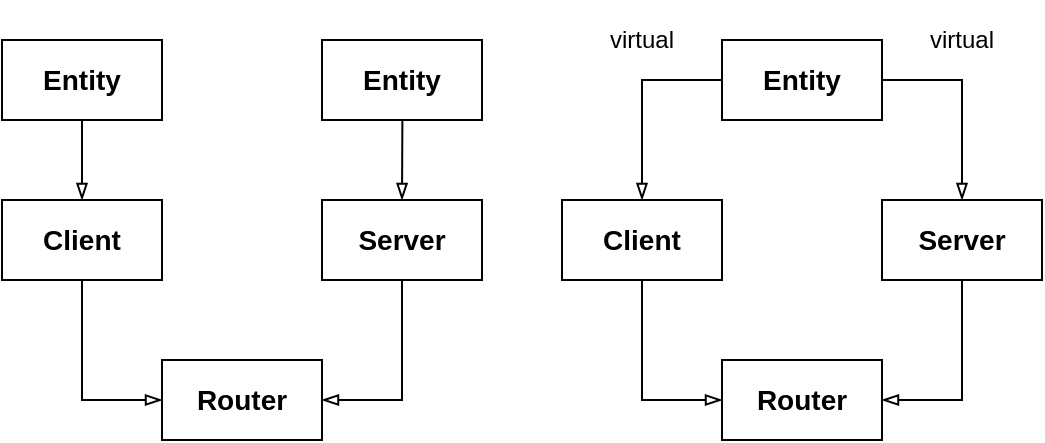
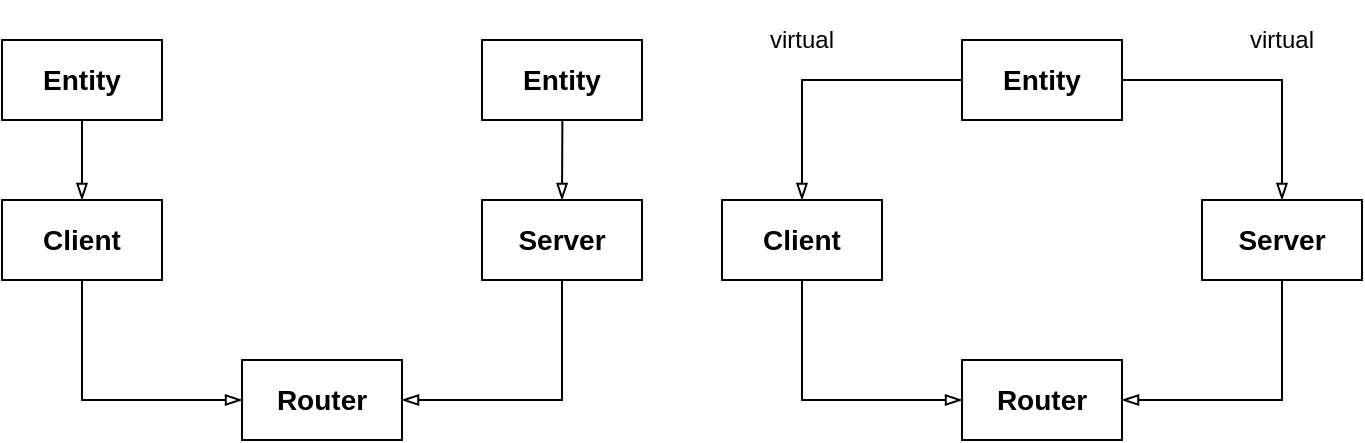
<mxfile host="app.diagrams.net" agent="Mozilla/5.0 (X11; Linux x86_64) AppleWebKit/537.36 (KHTML, like Gecko) Chrome/131.0.0.0 Safari/537.36">
  <diagram name="Страница — 1" id="_aCnPmvRguw5KRzww16j">
-     <mxGraphModel dx="642" dy="378" grid="1" gridSize="10" guides="1" tooltips="1" connect="1" arrows="1" fold="1" page="1" pageScale="1" pageWidth="827" pageHeight="1169" math="0" shadow="0">
+     <mxGraphModel dx="770" dy="453" grid="0" gridSize="10" guides="1" tooltips="1" connect="1" arrows="1" fold="1" page="0" pageScale="1" pageWidth="827" pageHeight="1169" math="0" shadow="0">
      <root>
        <mxCell id="0" />
        <mxCell id="1" parent="0" />
-         <mxCell id="YbrBsDZqiG78RAEyyc2A-6" edge="1" parent="1" style="endArrow=none;html=1;rounded=0;exitX=0.5;exitY=0;exitDx=0;exitDy=0;entryX=0.5;entryY=1;entryDx=0;entryDy=0;endFill=0;startFill=0;startArrow=blockThin;" value="">
+         <mxCell id="YbrBsDZqiG78RAEyyc2A-6" edge="1" parent="1" source="3IiwbrjMBtIMnTqbIWvm-3" style="endArrow=none;html=1;rounded=0;exitX=0.5;exitY=0;exitDx=0;exitDy=0;entryX=0.5;entryY=1;entryDx=0;entryDy=0;endFill=0;startFill=0;startArrow=blockThin;" target="3IiwbrjMBtIMnTqbIWvm-1" value="">
          <mxGeometry height="50" relative="1" width="50" as="geometry">
-             <mxPoint x="80" y="120" as="sourcePoint" />
-             <mxPoint x="80" y="80" as="targetPoint" />
+             <mxPoint x="120" y="120" as="sourcePoint" />
+             <mxPoint x="120" y="80" as="targetPoint" />
          </mxGeometry>
        </mxCell>
        <mxCell id="YbrBsDZqiG78RAEyyc2A-23" edge="1" parent="1" style="endArrow=none;html=1;rounded=0;exitX=0.5;exitY=0;exitDx=0;exitDy=0;entryX=0.5;entryY=1;entryDx=0;entryDy=0;endFill=0;startFill=0;startArrow=blockThin;" value="">
          <mxGeometry height="50" relative="1" width="50" as="geometry">
-             <mxPoint x="240" y="120" as="sourcePoint" />
-             <mxPoint x="240.2" y="80" as="targetPoint" />
+             <mxPoint x="320" y="120" as="sourcePoint" />
+             <mxPoint x="320.2" y="80" as="targetPoint" />
          </mxGeometry>
        </mxCell>
        <mxCell id="3IiwbrjMBtIMnTqbIWvm-1" parent="1" style="rounded=0;whiteSpace=wrap;html=1;fillColor=none;fontSize=14;" value="&lt;b&gt;&lt;font face=&quot;Helvetica&quot;&gt;Entity&lt;/font&gt;&lt;/b&gt;" vertex="1">
          <mxGeometry height="40" width="80" x="40" y="40" as="geometry" />
        </mxCell>
        <mxCell id="3IiwbrjMBtIMnTqbIWvm-2" parent="1" style="rounded=0;whiteSpace=wrap;html=1;fillColor=none;fontSize=14;" value="&lt;b&gt;&lt;font face=&quot;Helvetica&quot;&gt;Entity&lt;/font&gt;&lt;/b&gt;" vertex="1">
-           <mxGeometry height="40" width="80" x="200" y="40" as="geometry" />
+           <mxGeometry height="40" width="80" x="280" y="40" as="geometry" />
        </mxCell>
        <mxCell id="3IiwbrjMBtIMnTqbIWvm-3" parent="1" style="rounded=0;whiteSpace=wrap;html=1;fontSize=14;" value="&lt;b&gt;&lt;font face=&quot;Helvetica&quot;&gt;Client&lt;/font&gt;&lt;/b&gt;" vertex="1">
          <mxGeometry height="40" width="80" x="40" y="120" as="geometry" />
        </mxCell>
        <mxCell id="3IiwbrjMBtIMnTqbIWvm-4" parent="1" style="rounded=0;whiteSpace=wrap;html=1;fontSize=14;" value="&lt;b&gt;&lt;font face=&quot;Helvetica&quot;&gt;Server&lt;/font&gt;&lt;/b&gt;" vertex="1">
-           <mxGeometry height="40" width="80" x="200" y="120" as="geometry" />
+           <mxGeometry height="40" width="80" x="280" y="120" as="geometry" />
        </mxCell>
        <mxCell id="3IiwbrjMBtIMnTqbIWvm-5" parent="1" style="rounded=0;whiteSpace=wrap;html=1;fontSize=14;" value="&lt;b&gt;&lt;font face=&quot;Helvetica&quot;&gt;Router&lt;/font&gt;&lt;/b&gt;" vertex="1">
-           <mxGeometry height="40" width="80" x="120" y="200" as="geometry" />
+           <mxGeometry height="40" width="80" x="160" y="200" as="geometry" />
        </mxCell>
        <mxCell id="3IiwbrjMBtIMnTqbIWvm-6" edge="1" parent="1" source="3IiwbrjMBtIMnTqbIWvm-5" style="endArrow=none;html=1;rounded=0;exitX=1;exitY=0.5;exitDx=0;exitDy=0;entryX=0.5;entryY=1;entryDx=0;entryDy=0;endFill=0;startFill=0;startArrow=blockThin;" target="3IiwbrjMBtIMnTqbIWvm-4" value="">
          <mxGeometry height="50" relative="1" width="50" as="geometry">
            <Array as="points">
-               <mxPoint x="240" y="220" />
+               <mxPoint x="320" y="220" />
            </Array>
-             <mxPoint x="250" y="130" as="sourcePoint" />
-             <mxPoint x="250.2" y="90" as="targetPoint" />
+             <mxPoint x="280" y="220" as="sourcePoint" />
+             <mxPoint x="330.2" y="90" as="targetPoint" />
          </mxGeometry>
        </mxCell>
        <mxCell id="3IiwbrjMBtIMnTqbIWvm-7" edge="1" parent="1" source="3IiwbrjMBtIMnTqbIWvm-5" style="endArrow=none;html=1;rounded=0;exitX=0;exitY=0.5;exitDx=0;exitDy=0;entryX=0.5;entryY=1;entryDx=0;entryDy=0;endFill=0;startFill=0;startArrow=blockThin;" target="3IiwbrjMBtIMnTqbIWvm-3" value="">
          <mxGeometry height="50" relative="1" width="50" as="geometry">
            <Array as="points">
              <mxPoint x="80" y="220" />
            </Array>
-             <mxPoint x="90" y="130" as="sourcePoint" />
-             <mxPoint x="90" y="90" as="targetPoint" />
+             <mxPoint x="130" y="130" as="sourcePoint" />
+             <mxPoint x="120" y="160" as="targetPoint" />
          </mxGeometry>
        </mxCell>
        <mxCell id="3IiwbrjMBtIMnTqbIWvm-8" edge="1" parent="1" style="endArrow=none;html=1;rounded=0;exitX=0.5;exitY=0;exitDx=0;exitDy=0;entryX=0;entryY=0.5;entryDx=0;entryDy=0;endFill=0;startFill=0;startArrow=blockThin;" target="3IiwbrjMBtIMnTqbIWvm-10" value="">
          <mxGeometry height="50" relative="1" width="50" as="geometry">
            <Array as="points">
-               <mxPoint x="360" y="60" />
+               <mxPoint x="440" y="60" />
            </Array>
-             <mxPoint x="360" y="120" as="sourcePoint" />
-             <mxPoint x="360" y="80" as="targetPoint" />
+             <mxPoint x="440" y="120" as="sourcePoint" />
+             <mxPoint x="440" y="80" as="targetPoint" />
          </mxGeometry>
        </mxCell>
-         <mxCell id="3IiwbrjMBtIMnTqbIWvm-9" edge="1" parent="1" style="endArrow=none;html=1;rounded=0;exitX=0.5;exitY=0;exitDx=0;exitDy=0;entryX=1;entryY=0.5;entryDx=0;entryDy=0;endFill=0;startFill=0;startArrow=blockThin;" target="3IiwbrjMBtIMnTqbIWvm-10" value="">
+         <mxCell id="3IiwbrjMBtIMnTqbIWvm-9" edge="1" parent="1" source="3IiwbrjMBtIMnTqbIWvm-13" style="endArrow=none;html=1;rounded=0;exitX=0.5;exitY=0;exitDx=0;exitDy=0;entryX=1;entryY=0.5;entryDx=0;entryDy=0;endFill=0;startFill=0;startArrow=blockThin;" target="3IiwbrjMBtIMnTqbIWvm-10" value="">
          <mxGeometry height="50" relative="1" width="50" as="geometry">
            <Array as="points">
-               <mxPoint x="520" y="60" />
+               <mxPoint x="680" y="60" />
            </Array>
-             <mxPoint x="520" y="120" as="sourcePoint" />
-             <mxPoint x="520.2" y="80" as="targetPoint" />
+             <mxPoint x="600" y="120" as="sourcePoint" />
+             <mxPoint x="600.2" y="80" as="targetPoint" />
          </mxGeometry>
        </mxCell>
        <mxCell id="3IiwbrjMBtIMnTqbIWvm-10" parent="1" style="rounded=0;whiteSpace=wrap;html=1;fillColor=none;fontSize=14;" value="&lt;b&gt;&lt;font face=&quot;Helvetica&quot;&gt;Entity&lt;/font&gt;&lt;/b&gt;" vertex="1">
-           <mxGeometry height="40" width="80" x="400" y="40" as="geometry" />
+           <mxGeometry height="40" width="80" x="520" y="40" as="geometry" />
        </mxCell>
        <mxCell id="3IiwbrjMBtIMnTqbIWvm-12" parent="1" style="rounded=0;whiteSpace=wrap;html=1;fontSize=14;" value="&lt;b&gt;&lt;font face=&quot;Helvetica&quot;&gt;Client&lt;/font&gt;&lt;/b&gt;" vertex="1">
-           <mxGeometry height="40" width="80" x="320" y="120" as="geometry" />
+           <mxGeometry height="40" width="80" x="400" y="120" as="geometry" />
        </mxCell>
        <mxCell id="3IiwbrjMBtIMnTqbIWvm-13" parent="1" style="rounded=0;whiteSpace=wrap;html=1;fontSize=14;" value="&lt;b&gt;&lt;font face=&quot;Helvetica&quot;&gt;Server&lt;/font&gt;&lt;/b&gt;" vertex="1">
-           <mxGeometry height="40" width="80" x="480" y="120" as="geometry" />
+           <mxGeometry height="40" width="80" x="640" y="120" as="geometry" />
        </mxCell>
        <mxCell id="3IiwbrjMBtIMnTqbIWvm-14" parent="1" style="rounded=0;whiteSpace=wrap;html=1;fontSize=14;" value="&lt;b&gt;&lt;font face=&quot;Helvetica&quot;&gt;Router&lt;/font&gt;&lt;/b&gt;" vertex="1">
-           <mxGeometry height="40" width="80" x="400" y="200" as="geometry" />
+           <mxGeometry height="40" width="80" x="520" y="200" as="geometry" />
        </mxCell>
        <mxCell id="3IiwbrjMBtIMnTqbIWvm-15" edge="1" parent="1" source="3IiwbrjMBtIMnTqbIWvm-14" style="endArrow=none;html=1;rounded=0;exitX=1;exitY=0.5;exitDx=0;exitDy=0;entryX=0.5;entryY=1;entryDx=0;entryDy=0;endFill=0;startFill=0;startArrow=blockThin;" target="3IiwbrjMBtIMnTqbIWvm-13" value="">
          <mxGeometry height="50" relative="1" width="50" as="geometry">
            <Array as="points">
-               <mxPoint x="520" y="220" />
+               <mxPoint x="600" y="220" />
+               <mxPoint x="680" y="220" />
            </Array>
-             <mxPoint x="530" y="130" as="sourcePoint" />
-             <mxPoint x="530.2" y="90" as="targetPoint" />
+             <mxPoint x="610" y="130" as="sourcePoint" />
+             <mxPoint x="610.2" y="90" as="targetPoint" />
          </mxGeometry>
        </mxCell>
        <mxCell id="3IiwbrjMBtIMnTqbIWvm-16" edge="1" parent="1" source="3IiwbrjMBtIMnTqbIWvm-14" style="endArrow=none;html=1;rounded=0;exitX=0;exitY=0.5;exitDx=0;exitDy=0;entryX=0.5;entryY=1;entryDx=0;entryDy=0;endFill=0;startFill=0;startArrow=blockThin;" target="3IiwbrjMBtIMnTqbIWvm-12" value="">
          <mxGeometry height="50" relative="1" width="50" as="geometry">
            <Array as="points">
-               <mxPoint x="360" y="220" />
+               <mxPoint x="440" y="220" />
            </Array>
-             <mxPoint x="370" y="130" as="sourcePoint" />
-             <mxPoint x="370" y="90" as="targetPoint" />
+             <mxPoint x="450" y="130" as="sourcePoint" />
+             <mxPoint x="450" y="90" as="targetPoint" />
          </mxGeometry>
        </mxCell>
        <mxCell id="6eDu35eBVVm4PLzV8leh-1" parent="1" style="text;html=1;align=center;verticalAlign=middle;whiteSpace=wrap;rounded=0;fontSize=12;" value="&lt;span style=&quot;text-align: right;&quot;&gt;&lt;font&gt;virtual&lt;/font&gt;&lt;/span&gt;" vertex="1">
-           <mxGeometry height="40" width="80" x="320" y="20" as="geometry" />
+           <mxGeometry height="40" width="80" x="400" y="20" as="geometry" />
        </mxCell>
        <mxCell id="6eDu35eBVVm4PLzV8leh-2" parent="1" style="text;html=1;align=center;verticalAlign=middle;whiteSpace=wrap;rounded=0;fontSize=12;" value="&lt;span style=&quot;text-align: right;&quot;&gt;&lt;font&gt;virtual&lt;/font&gt;&lt;/span&gt;" vertex="1">
-           <mxGeometry height="40" width="80" x="480" y="20" as="geometry" />
+           <mxGeometry height="40" width="80" x="640" y="20" as="geometry" />
        </mxCell>
      </root>
    </mxGraphModel>
  </diagram>
</mxfile>
